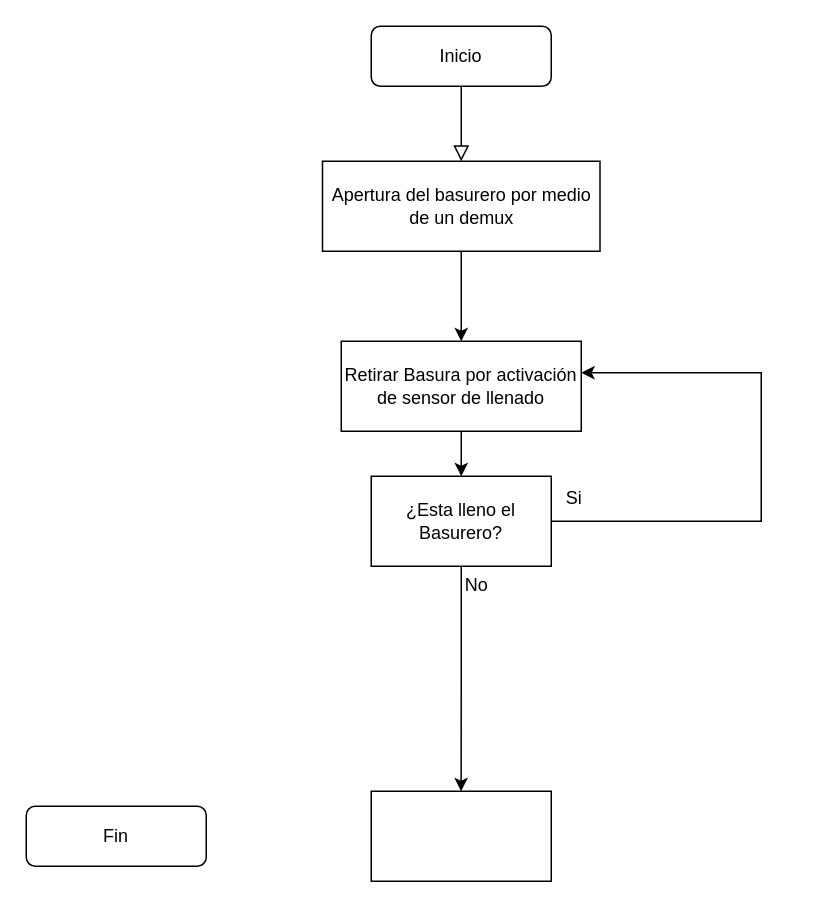
victovictorio00/Diagrama-de-Flujo_ keeps this draw.io diagram as Untitled Diagram.drawio. Above is the earlier version. Source tidied: cells renumbered, new cells numbered last; positions are measured from the earlier drawing's top-left corner, leaving out a move shared by most shapes. Both pictures are drawn from the tidied source at 150%, with x=0, y=0 at pixel (26, 26).
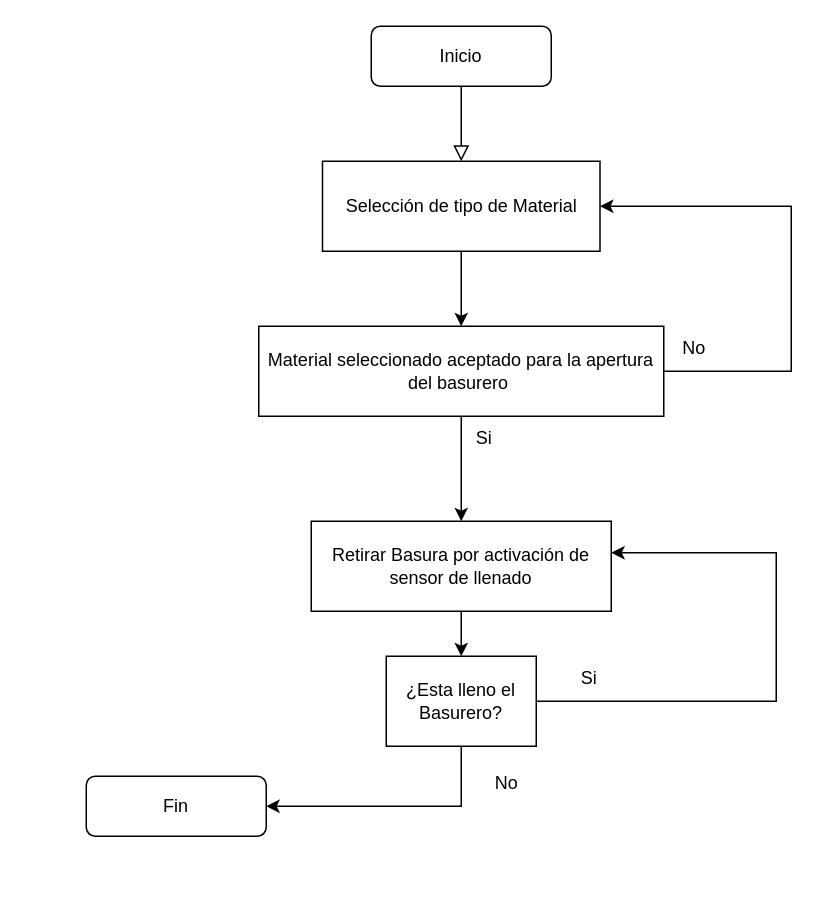
The same diagram, later.

The edit, as a diff of the source:
```diff
@@
     <mxCell id="4" value="Fin" style="rounded=1;whiteSpace=wrap;html=1;fontSize=12;glass=0;strokeWidth=1;shadow=0;" parent="1" vertex="1">
-      <mxGeometry y="520" width="120" height="40" as="geometry" />
+      <mxGeometry x="40" y="500" width="120" height="40" as="geometry" />
     </mxCell>
-    <mxCell id="5" style="edgeStyle=orthogonalEdgeStyle;rounded=0;jettySize=auto;html=1;exitX=0.5;exitY=1;exitDx=0;exitDy=0;entryX=0.5;entryY=0;entryDx=0;entryDy=0;" parent="1" edge="1" source="6" target="8">
-      <mxGeometry relative="1" as="geometry" />
-    </mxCell>
+    <mxCell id="15" style="edgeStyle=orthogonalEdgeStyle;rounded=0;jettySize=auto;html=1;exitX=0.5;exitY=1;exitDx=0;exitDy=0;entryX=0.5;entryY=0;entryDx=0;entryDy=0;" parent="1" edge="1" source="6" target="19">
+      <mxGeometry relative="1" as="geometry" />
+    </mxCell>
-    <mxCell id="6" value="Apertura del basurero por medio de un demux" style="rounded=0;whiteSpace=wrap;html=1;" parent="1" vertex="1">
+    <mxCell id="6" value="Selección de tipo de Material" style="rounded=0;whiteSpace=wrap;html=1;" parent="1" vertex="1">
       <mxGeometry x="197.5" y="90" width="185" height="60" as="geometry" />
     </mxCell>
@@
     <mxCell id="8" value="Retirar Basura por activación de sensor de llenado" style="rounded=0;whiteSpace=wrap;html=1;" parent="1" vertex="1">
-      <mxGeometry x="210" y="210" width="160" height="60" as="geometry" />
+      <mxGeometry x="190" y="330" width="200" height="60" as="geometry" />
     </mxCell>
-    <mxCell id="9" style="edgeStyle=orthogonalEdgeStyle;rounded=0;jettySize=auto;html=1;exitX=0.5;exitY=1;exitDx=0;exitDy=0;" parent="1" edge="1" source="10">
-      <mxGeometry relative="1" as="geometry">
-        <mxPoint x="289.9" y="510" as="targetPoint" />
-      </mxGeometry>
-    </mxCell>
+    <mxCell id="16" style="edgeStyle=orthogonalEdgeStyle;rounded=0;jettySize=auto;html=1;exitX=0.5;exitY=1;exitDx=0;exitDy=0;entryX=1;entryY=0.5;entryDx=0;entryDy=0;" parent="1" edge="1" source="10" target="4">
+      <mxGeometry relative="1" as="geometry" />
+    </mxCell>
     <mxCell id="10" value="¿Esta lleno el Basurero?" style="rounded=0;whiteSpace=wrap;html=1;" parent="1" vertex="1">
-      <mxGeometry x="230" y="300" width="120" height="60" as="geometry" />
+      <mxGeometry x="240" y="420" width="100" height="60" as="geometry" />
     </mxCell>
     <mxCell id="11" value="Si" style="text;html=1;align=center;verticalAlign=middle;strokeColor=none;fillColor=none;" parent="1" vertex="1">
-      <mxGeometry x="350" y="300" width="30" height="30" as="geometry" />
+      <mxGeometry x="360" y="420" width="30" height="30" as="geometry" />
     </mxCell>
     <mxCell id="12" value="No" style="text;html=1;align=center;verticalAlign=middle;strokeColor=none;fillColor=none;" parent="1" vertex="1">
-      <mxGeometry x="280" y="358" width="40" height="30" as="geometry" />
+      <mxGeometry x="300" y="490" width="40" height="30" as="geometry" />
     </mxCell>
     <mxCell id="13" style="edgeStyle=orthogonalEdgeStyle;rounded=0;jettySize=auto;html=1;exitX=1;exitY=0.5;exitDx=0;exitDy=0;entryX=1;entryY=0.35;entryDx=0;entryDy=0;entryPerimeter=0;" parent="1" edge="1" source="10" target="8">
       <mxGeometry relative="1" as="geometry">
         <Array as="points">
-          <mxPoint x="490" y="330" />
-          <mxPoint x="490" y="231" />
+          <mxPoint x="500" y="450" />
+          <mxPoint x="500" y="351" />
         </Array>
       </mxGeometry>
     </mxCell>
-    <mxCell id="14" style="rounded=0;whiteSpace=wrap;html=1;" parent="1" vertex="1">
-      <mxGeometry x="230" y="510" width="120" height="60" as="geometry" />
-    </mxCell>
+    <mxCell id="17" style="edgeStyle=orthogonalEdgeStyle;rounded=0;jettySize=auto;html=1;exitX=0.5;exitY=1;exitDx=0;exitDy=0;" parent="1" edge="1" source="19" target="8">
+      <mxGeometry relative="1" as="geometry" />
+    </mxCell>
+    <mxCell id="18" style="edgeStyle=orthogonalEdgeStyle;rounded=0;jettySize=auto;html=1;exitX=1;exitY=0.5;exitDx=0;exitDy=0;entryX=1;entryY=0.5;entryDx=0;entryDy=0;" parent="1" edge="1" source="19" target="6">
+      <mxGeometry relative="1" as="geometry">
+        <Array as="points">
+          <mxPoint x="510" y="230" />
+          <mxPoint x="510" y="120" />
+        </Array>
+      </mxGeometry>
+    </mxCell>
+    <mxCell id="19" value="Material seleccionado aceptado para la apertura del basurero&amp;nbsp;" style="rounded=0;whiteSpace=wrap;html=1;" parent="1" vertex="1">
+      <mxGeometry x="155" y="200" width="270" height="60" as="geometry" />
+    </mxCell>
+    <mxCell id="20" value="No" style="text;html=1;align=center;verticalAlign=middle;strokeColor=none;fillColor=none;" parent="1" vertex="1">
+      <mxGeometry x="425" y="200" width="40" height="30" as="geometry" />
+    </mxCell>
+    <mxCell id="21" value="Si" style="text;html=1;align=center;verticalAlign=middle;strokeColor=none;fillColor=none;" parent="1" vertex="1">
+      <mxGeometry x="290" y="260" width="30" height="30" as="geometry" />
+    </mxCell>
```
